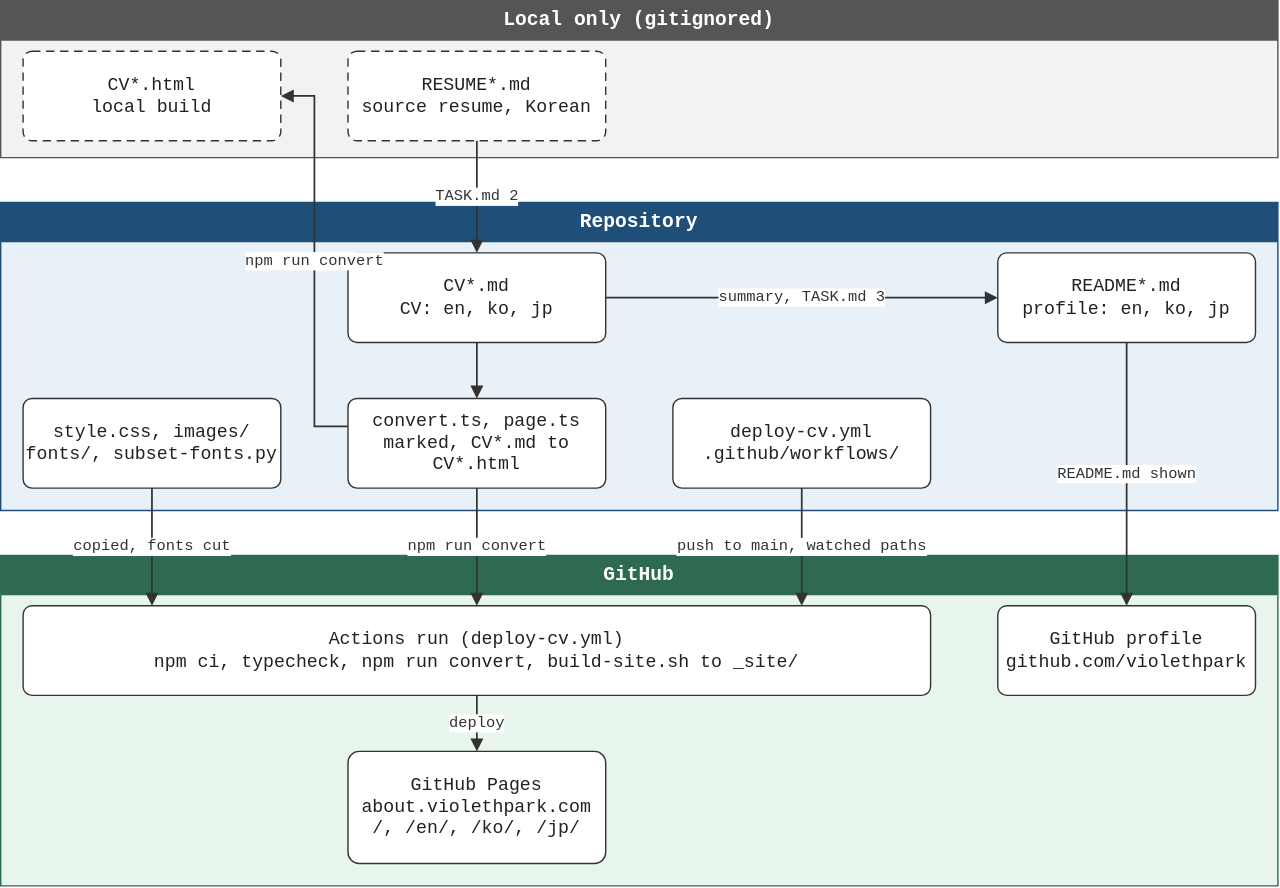
Earlier version of the draw.io export diagrams/repo-structure.drawio.svg (violethpark/violethpark). Source tidied: cells renumbered, new cells last; positions are measured from the earlier drawing's top-left corner, leaving out a move shared by most shapes.
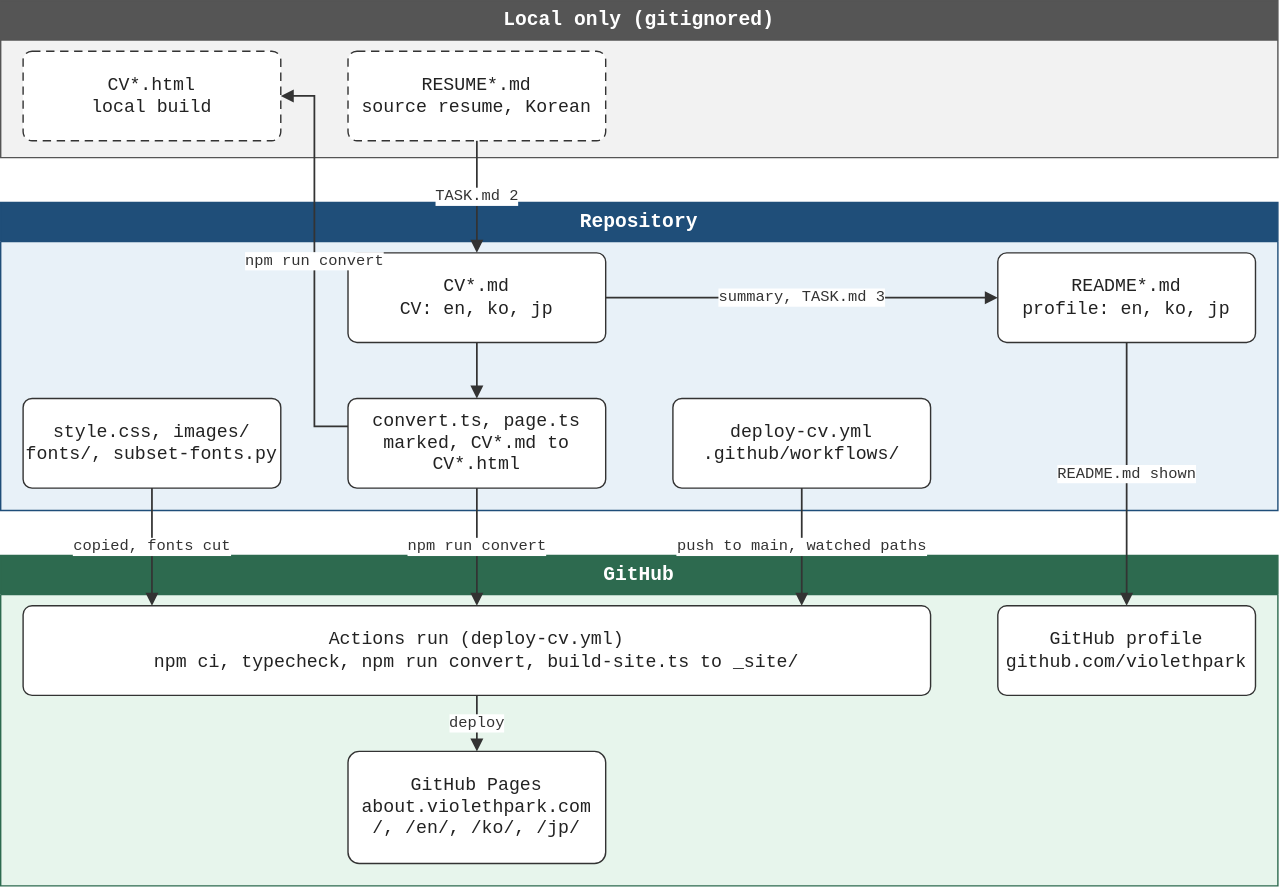
The same file after the commit.

Commit message:
docs: 저장소 그림과 문서에 build-site.ts와 검사를 반영한다

What changed in the source:
```diff
@@ -32,7 +32,7 @@
     <mxCell id="11" value="GitHub" style="swimlane;html=1;startSize=28;fontStyle=1;fontSize=14;fontFamily=Sarasa Mono Slab J,Sarasa Mono Slab K,monospace;align=center;verticalAlign=middle;fillColor=light-dark(#2D6A4F,#8FD6B0);fontColor=light-dark(#FFFFFF,#000000);strokeColor=light-dark(#2D6A4F,#8FD6B0);swimlaneFillColor=light-dark(#E7F5EC,#000000);rounded=0;whiteSpace=wrap;" parent="1" vertex="1">
       <mxGeometry y="396" width="912" height="236" as="geometry" />
     </mxCell>
-    <mxCell id="12" value="Actions run (deploy-cv.yml)&#10;npm ci, typecheck, npm run convert, build-site.sh to _site/" style="rounded=1;whiteSpace=wrap;html=1;align=center;verticalAlign=middle;fontSize=13;fontFamily=Sarasa Mono Slab J,Sarasa Mono Slab K,monospace;fontColor=light-dark(#222222,#F5F5F5);fillColor=light-dark(#FFFFFF,#000000);strokeColor=light-dark(#333333,#F0F0F0);arcSize=10;" parent="11" vertex="1">
+    <mxCell id="12" value="Actions run (deploy-cv.yml)&#10;npm ci, typecheck, npm run convert, build-site.ts to _site/" style="rounded=1;whiteSpace=wrap;html=1;align=center;verticalAlign=middle;fontSize=13;fontFamily=Sarasa Mono Slab J,Sarasa Mono Slab K,monospace;fontColor=light-dark(#222222,#F5F5F5);fillColor=light-dark(#FFFFFF,#000000);strokeColor=light-dark(#333333,#F0F0F0);arcSize=10;" parent="11" vertex="1">
       <mxGeometry x="16" y="36" width="648" height="64" as="geometry" />
     </mxCell>
     <mxCell id="13" value="GitHub profile&#10;github.com/violethpark" style="rounded=1;whiteSpace=wrap;html=1;align=center;verticalAlign=middle;fontSize=13;fontFamily=Sarasa Mono Slab J,Sarasa Mono Slab K,monospace;fontColor=light-dark(#222222,#F5F5F5);fillColor=light-dark(#FFFFFF,#000000);strokeColor=light-dark(#333333,#F0F0F0);arcSize=10;" parent="11" vertex="1">
```
